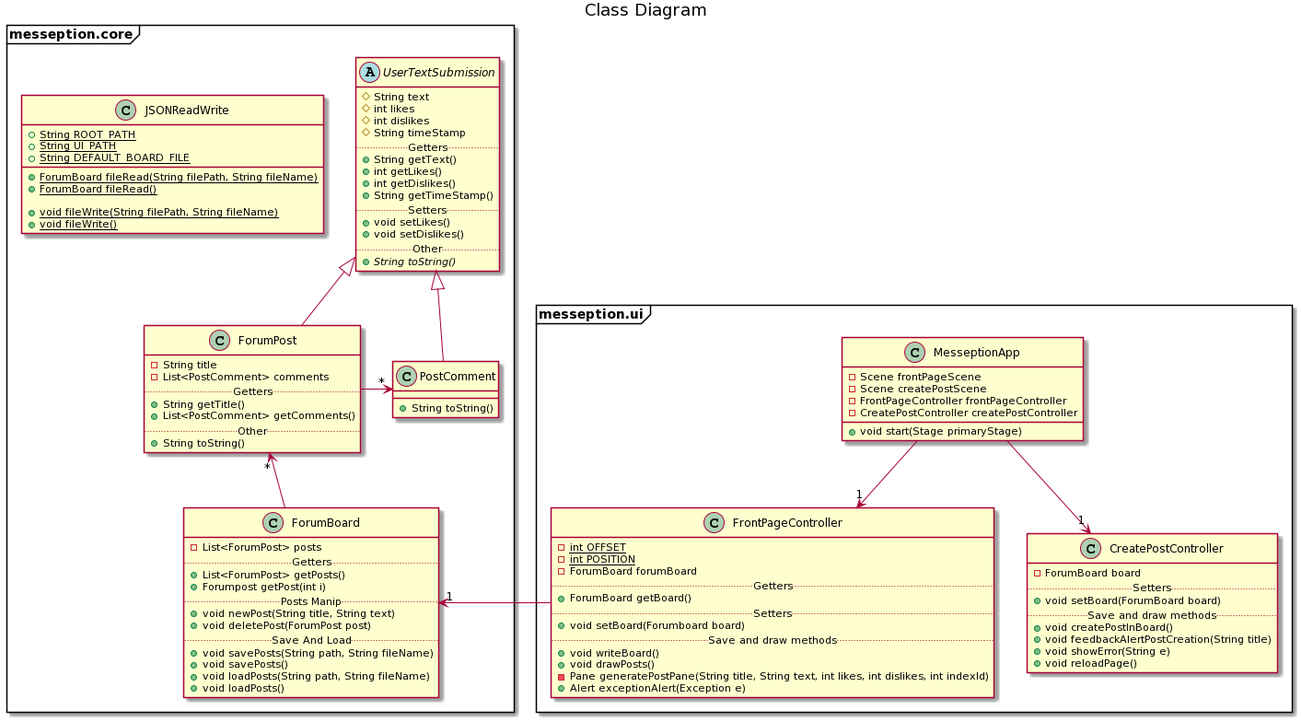
Earlier version of the PlantUML export docs/images/release2/classDiagram_r2.png (stianjsu/messeption). Its diagram source:
```plantuml
@startuml
title Class Diagram

package messeption.core <<Frame>> {
    Abstract class UserTextSubmission {
        # String text
        # int likes
        # int dislikes
        # String timeStamp
        .. Getters ..
        + String getText()
        + int getLikes()
        + int getDislikes()
        + String getTimeStamp()
        .. Setters ..
        + void setLikes()
        + void setDislikes()
        ..Other..
        + {abstract} String toString()
    }
    class ForumBoard {
        - List<ForumPost> posts
        .. Getters ..
        + List<ForumPost> getPosts()
        + Forumpost getPost(int i)
        .. Posts Manip ..
        + void newPost(String title, String text)
        + void deletePost(ForumPost post)
        .. Save And Load ..
        + void savePosts(String path, String fileName)
        + void savePosts()
        + void loadPosts(String path, String fileName)
        + void loadPosts()
    }
    class ForumPost extends UserTextSubmission {
        - String title
        - List<PostComment> comments
        .. Getters ..
        + String getTitle()
        + List<PostComment> getComments()
        .. Other ..
        + String toString()
    }
    class JSONReadWrite {
        + {static} String ROOT_PATH
        + {static} String UI_PATH
        + {static} String DEFAULT_BOARD_FILE

        + {static} ForumBoard fileRead(String filePath, String fileName)
        + {static} ForumBoard fileRead()

        + {static} void fileWrite(String filePath, String fileName)
        + {static} void fileWrite()
    }

    class PostComment extends UserTextSubmission {
        + String toString()
    }
    ForumPost -right-> "*" PostComment
    ForumPost "*" <-down- ForumBoard
}

package messeption.ui <<Frame>> {
    class MesseptionApp {
        - Scene frontPageScene
        - Scene createPostScene
        - FrontPageController frontPageController
        - CreatePostController createPostController
        + void start(Stage primaryStage)
    }
    class FrontPageController {
        - {static} int OFFSET
        - {static} int POSITION
        - ForumBoard forumBoard
        .. Getters ..
        + ForumBoard getBoard()
        .. Setters ..
        + void setBoard(Forumboard board)
        .. Save and draw methods ..
        + void writeBoard()
        + void drawPosts()
        - Pane generatePostPane(String title, String text, int likes, int dislikes, int indexId)
        + Alert exceptionAlert(Exception e)
    }
    class CreatePostController {
        - ForumBoard board
        ..Setters..
        + void setBoard(ForumBoard board)
        .. Save and draw methods ..
        + void createPostInBoard()
        + void feedbackAlertPostCreation(String title)
        + void showError(String e)
        + void reloadPage()
    }

    MesseptionApp --> "1" FrontPageController
    MesseptionApp --> "1" CreatePostController
    ForumBoard "1" <-left- FrontPageController
}
@enduml
```
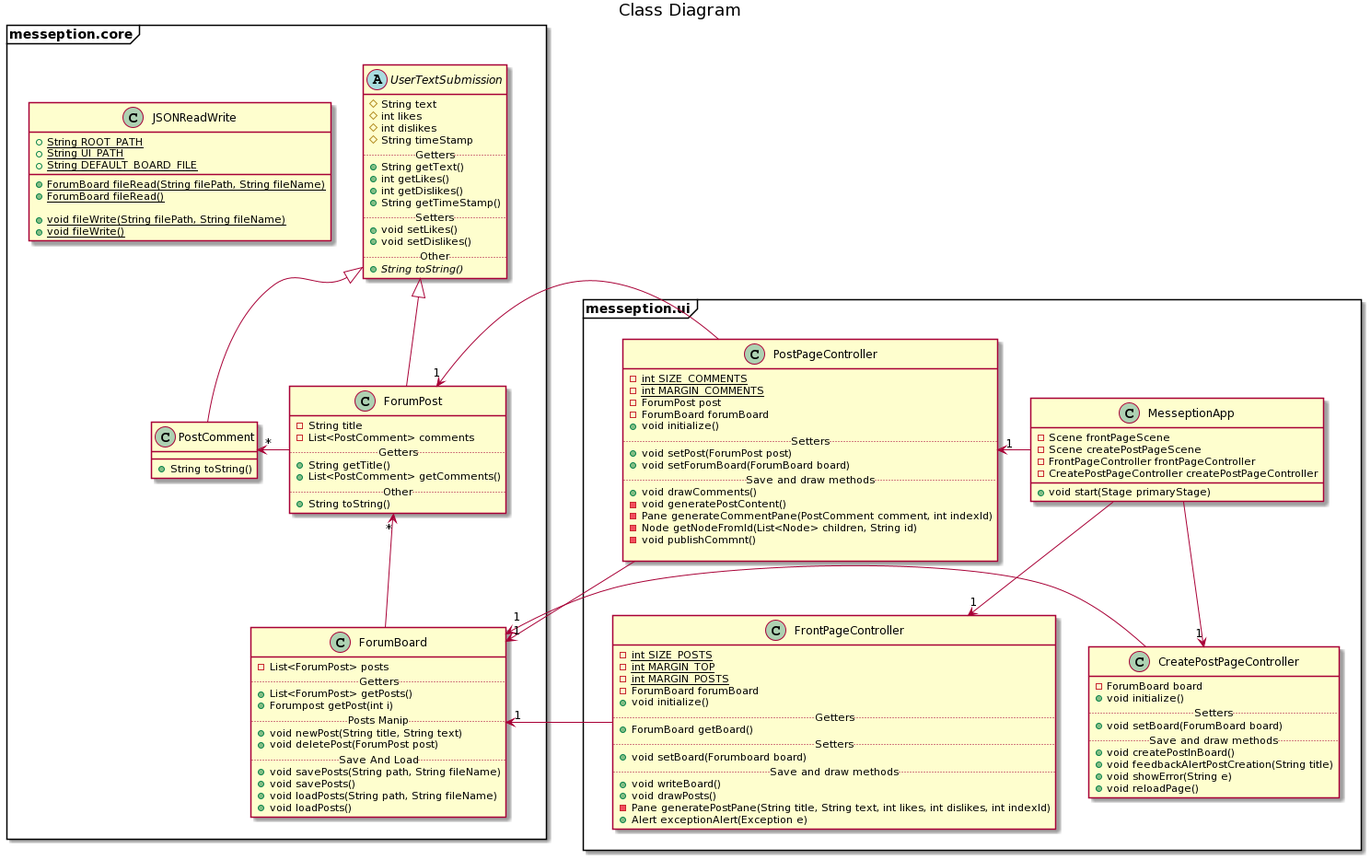
The same diagram one commit later.

What changed in the source:
```diff
@@ -32,6 +32,9 @@
         + void loadPosts(String path, String fileName)
         + void loadPosts()
     }
+    class PostComment extends UserTextSubmission {
+        + String toString()
+    }
     class ForumPost extends UserTextSubmission {
         - String title
         - List<PostComment> comments
@@ -53,25 +56,25 @@
         + {static} void fileWrite()
     }
 
-    class PostComment extends UserTextSubmission {
-        + String toString()
-    }
-    ForumPost -right-> "*" PostComment
+
+    ForumPost -left-> "*" PostComment
     ForumPost "*" <-down- ForumBoard
 }
 
 package messeption.ui <<Frame>> {
     class MesseptionApp {
         - Scene frontPageScene
-        - Scene createPostScene
+        - Scene createPostPageScene
         - FrontPageController frontPageController
-        - CreatePostController createPostController
+        - CreatePostPageController createPostPageController
         + void start(Stage primaryStage)
     }
     class FrontPageController {
-        - {static} int OFFSET
-        - {static} int POSITION
+        - {static} int SIZE_POSTS
+        - {static} int MARGIN_TOP
+        - {static} int MARGIN_POSTS
         - ForumBoard forumBoard
+        + void initialize()
         .. Getters ..
         + ForumBoard getBoard()
         .. Setters ..
@@ -82,8 +85,9 @@
         - Pane generatePostPane(String title, String text, int likes, int dislikes, int indexId)
         + Alert exceptionAlert(Exception e)
     }
-    class CreatePostController {
+    class CreatePostPageController {
         - ForumBoard board
+        + void initialize()
         ..Setters..
         + void setBoard(ForumBoard board)
         .. Save and draw methods ..
@@ -92,9 +96,31 @@
         + void showError(String e)
         + void reloadPage()
     }
+    class PostPageController {
+        - {static} int SIZE_COMMENTS
+        - {static} int MARGIN_COMMENTS
+        - ForumPost post
+        - ForumBoard forumBoard
+        + void initialize()
+        .. Setters ..
+        + void setPost(ForumPost post)
+        + void setForumBoard(ForumBoard board)
+        .. Save and draw methods ..
+        + void drawComments()
+        - void generatePostContent()
+        - Pane generateCommentPane(PostComment comment, int indexId)
+        - Node getNodeFromId(List<Node> children, String id)
+        - void publishCommnt()
+
+    }
 
     MesseptionApp --> "1" FrontPageController
-    MesseptionApp --> "1" CreatePostController
+    MesseptionApp --> "1" CreatePostPageController
+    MesseptionApp -left-> "1" PostPageController
+    ForumPost "1" <-left- PostPageController
+    ForumBoard "1" <-- CreatePostPageController
     ForumBoard "1" <-left- FrontPageController
+    ForumBoard "1" <-- PostPageController
 }
+messeption.core -[hidden]-> messeption.ui
 @enduml
```
